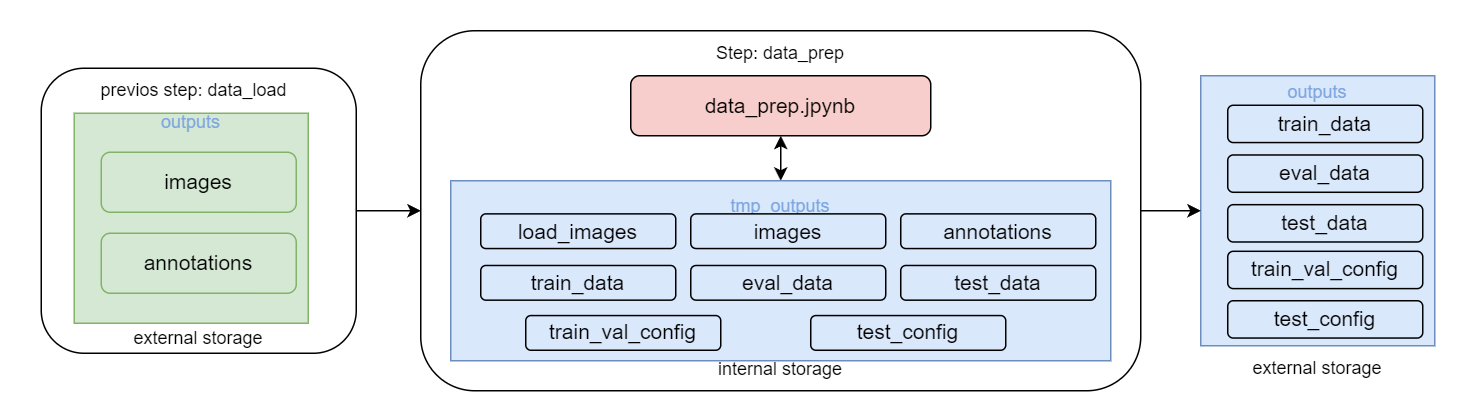
4-DS/obj_detect_rest-data_prep keeps this draw.io diagram as imgs/data_prep_inteface.drawio.png. Above is the earlier version. Source tidied: cells renumbered, new cells last; positions are measured from the earlier drawing's top-left corner, leaving out a move shared by most shapes.
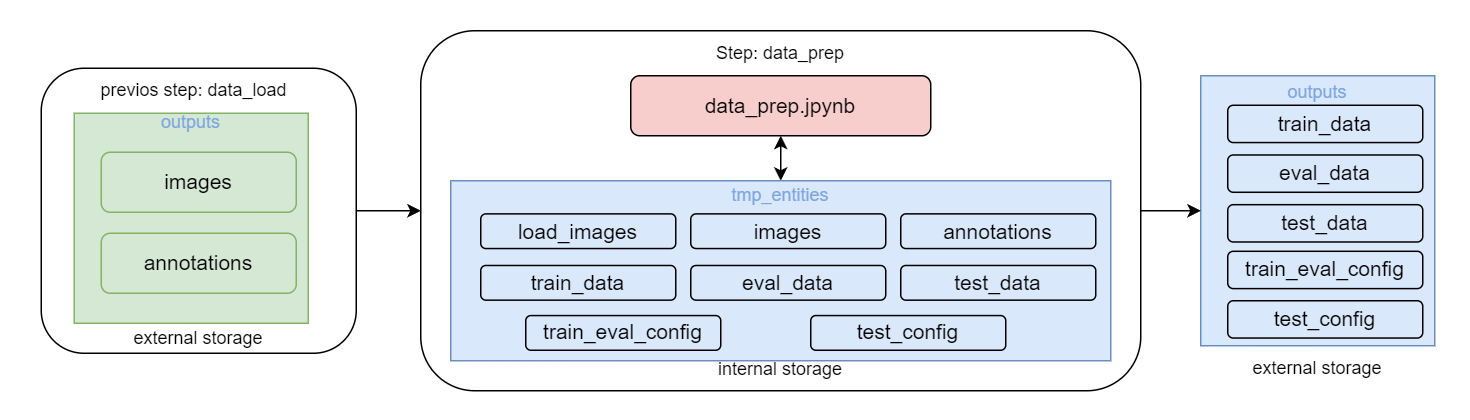
After the commit.

Commit message:
redraw img in README

Change to the diagram source:
```diff
@@ -23,7 +23,7 @@
     <mxCell id="8" style="group;" parent="1" vertex="1">
       <mxGeometry x="300" y="120" width="440" height="120" as="geometry" />
     </mxCell>
-    <mxCell id="9" value="&lt;font style=&quot;font-size: 12px;&quot;&gt;&lt;font color=&quot;#7ea6e0&quot;&gt;&lt;font style=&quot;font-size: 12px;&quot;&gt;tmp_outputs&lt;br&gt;&lt;/font&gt;&lt;br&gt;&lt;br&gt;&lt;br&gt;&lt;br&gt;&lt;br&gt;&lt;/font&gt;&lt;br&gt;&lt;/font&gt;" style="rounded=0;whiteSpace=wrap;html=1;fillColor=#dae8fc;strokeColor=#6c8ebf;" parent="8" vertex="1">
+    <mxCell id="9" value="&lt;font style=&quot;&quot;&gt;&lt;font style=&quot;&quot; color=&quot;#7ea6e0&quot;&gt;&lt;font style=&quot;&quot;&gt;tmp_entities&lt;br&gt;&lt;br&gt;&lt;/font&gt;&lt;br&gt;&lt;br&gt;&lt;br&gt;&lt;br&gt;&lt;br&gt;&lt;/font&gt;&lt;br&gt;&lt;/font&gt;" style="rounded=0;whiteSpace=wrap;html=1;fillColor=#dae8fc;strokeColor=#6c8ebf;" parent="8" vertex="1">
       <mxGeometry width="440" height="120" as="geometry" />
     </mxCell>
     <mxCell id="10" value="&lt;font style=&quot;font-size: 14px;&quot;&gt;images&lt;/font&gt;" style="rounded=1;whiteSpace=wrap;html=1;fillColor=#dae8fc;strokeColor=#000000;strokeWidth=1;" parent="8" vertex="1">
@@ -44,7 +44,7 @@
     <mxCell id="15" value="&lt;font style=&quot;font-size: 14px;&quot;&gt;train_data&lt;/font&gt;" style="rounded=1;whiteSpace=wrap;html=1;fillColor=#dae8fc;strokeColor=#000000;strokeWidth=1;" parent="8" vertex="1">
       <mxGeometry x="20" y="56.5" width="130" height="23.1" as="geometry" />
     </mxCell>
-    <mxCell id="16" value="&lt;font style=&quot;font-size: 14px;&quot;&gt;train_val_config&lt;/font&gt;" style="rounded=1;whiteSpace=wrap;html=1;fillColor=#dae8fc;strokeColor=#000000;strokeWidth=1;" parent="8" vertex="1">
+    <mxCell id="16" value="&lt;font style=&quot;font-size: 14px;&quot;&gt;train_eval_config&lt;/font&gt;" style="rounded=1;whiteSpace=wrap;html=1;fillColor=#dae8fc;strokeColor=#000000;strokeWidth=1;" parent="8" vertex="1">
       <mxGeometry x="50" y="89.9" width="130" height="23.1" as="geometry" />
     </mxCell>
     <mxCell id="17" value="&lt;font style=&quot;font-size: 14px;&quot;&gt;test_config&lt;/font&gt;" style="rounded=1;whiteSpace=wrap;html=1;fillColor=#dae8fc;strokeColor=#000000;strokeWidth=1;" parent="8" vertex="1">
@@ -65,7 +65,7 @@
     <mxCell id="22" value="&lt;font style=&quot;font-size: 14px;&quot;&gt;test_data&lt;/font&gt;" style="rounded=1;whiteSpace=wrap;html=1;fillColor=#dae8fc;strokeColor=#000000;strokeWidth=1;" parent="18" vertex="1">
       <mxGeometry x="18" y="86" width="130" height="24.9" as="geometry" />
     </mxCell>
-    <mxCell id="23" value="&lt;font style=&quot;font-size: 14px;&quot;&gt;train_val_config&lt;/font&gt;" style="rounded=1;whiteSpace=wrap;html=1;fillColor=#dae8fc;strokeColor=#000000;strokeWidth=1;" parent="18" vertex="1">
+    <mxCell id="23" value="&lt;font style=&quot;font-size: 14px;&quot;&gt;train_eval_config&lt;/font&gt;" style="rounded=1;whiteSpace=wrap;html=1;fillColor=#dae8fc;strokeColor=#000000;strokeWidth=1;" parent="18" vertex="1">
       <mxGeometry x="18" y="117" width="130" height="24.9" as="geometry" />
     </mxCell>
     <mxCell id="24" value="&lt;font style=&quot;font-size: 14px;&quot;&gt;test_config&lt;/font&gt;" style="rounded=1;whiteSpace=wrap;html=1;fillColor=#dae8fc;strokeColor=#000000;strokeWidth=1;" parent="18" vertex="1">
```
